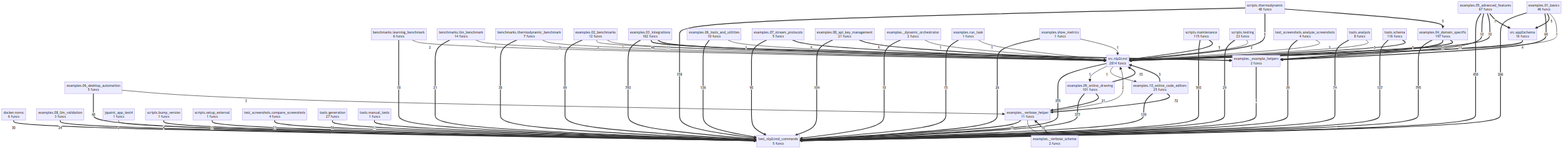
The Mermaid diagram project/compact_flow.png in semcod/nlp2cmd, before a commit. Its source is kept beside it as project/compact_flow.mmd.
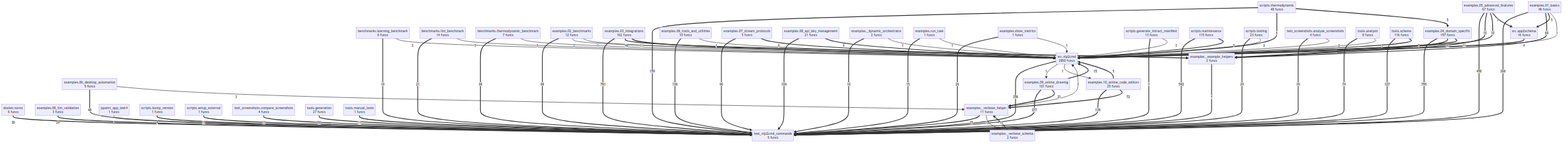
The same file after the commit.

The edit, as a diff of the source:
```diff
@@ -23,12 +23,13 @@
     examples__show_metrics["examples.show_metrics<br/>1 funcs"]
     jspaint_app_test4["jspaint_app_test4<br/>1 funcs"]
     scripts__bump_version["scripts.bump_version<br/>1 funcs"]
+    scripts__generate_intract_manifest["scripts.generate_intract_manifest<br/>13 funcs"]
     scripts__maintenance["scripts.maintenance<br/>115 funcs"]
     scripts__setup_external["scripts.setup_external<br/>1 funcs"]
     scripts__testing["scripts.testing<br/>23 funcs"]
     scripts__thermodynamic["scripts.thermodynamic<br/>48 funcs"]
     src__app2schema["src.app2schema<br/>16 funcs"]
-    src__nlp2cmd["src.nlp2cmd<br/>2814 funcs"]
+    src__nlp2cmd["src.nlp2cmd<br/>2850 funcs"]
     test_nlp2cmd_commands["test_nlp2cmd_commands<br/>5 funcs"]
     test_screenshots__analyze_screenshots["test_screenshots.analyze_screenshots<br/>4 funcs"]
     test_screenshots__compare_screenshots["test_screenshots.compare_screenshots<br/>4 funcs"]
@@ -41,7 +42,7 @@
     scripts__maintenance ==>|593| test_nlp2cmd_commands
     examples__05_advanced_features ==>|458| test_nlp2cmd_commands
     examples__09_online_drawing ==>|377| test_nlp2cmd_commands
-    src__nlp2cmd ==>|355| test_nlp2cmd_commands
+    src__nlp2cmd ==>|356| test_nlp2cmd_commands
     examples__01_basics ==>|266| test_nlp2cmd_commands
     scripts__thermodynamic ==>|159| test_nlp2cmd_commands
     examples__10_online_code_editors ==>|139| test_nlp2cmd_commands
@@ -87,6 +88,7 @@
     tools__schema ==>|5| src__nlp2cmd
     scripts__thermodynamic ==>|5| examples__04_domain_specific
     scripts__maintenance ==>|5| src__nlp2cmd
+    scripts__generate_intract_manifest ==>|5| test_nlp2cmd_commands
     examples___example_helpers ==>|4| test_nlp2cmd_commands
     src__app2schema ==>|4| src__nlp2cmd
     scripts__bump_version ==>|4| test_nlp2cmd_commands
@@ -94,6 +96,7 @@
     benchmarks__llm_benchmark -->|3| src__nlp2cmd
     benchmarks__thermodynamic_benchmark -->|3| src__nlp2cmd
     tools__analysis -->|3| src__nlp2cmd
+    scripts__generate_intract_manifest -->|3| src__nlp2cmd
     jspaint_app_test4 -->|2| test_nlp2cmd_commands
     examples___verbose_helper -->|2| src__nlp2cmd
     examples__02_benchmarks -->|2| examples___example_helpers
```
